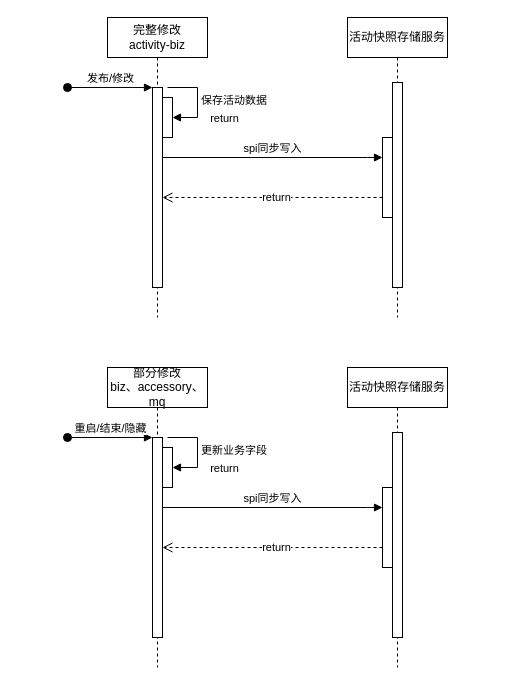
Luffybaga/draw keeps this draw.io diagram as 活动快照日志时序.drawio. Above is the earlier version. Source tidied: cells renumbered, new cells numbered last; positions are measured from the earlier drawing's top-left corner, leaving out a move shared by most shapes. Both pictures are drawn from the tidied source at 100%, with x=0, y=0 at pixel (67, 17).
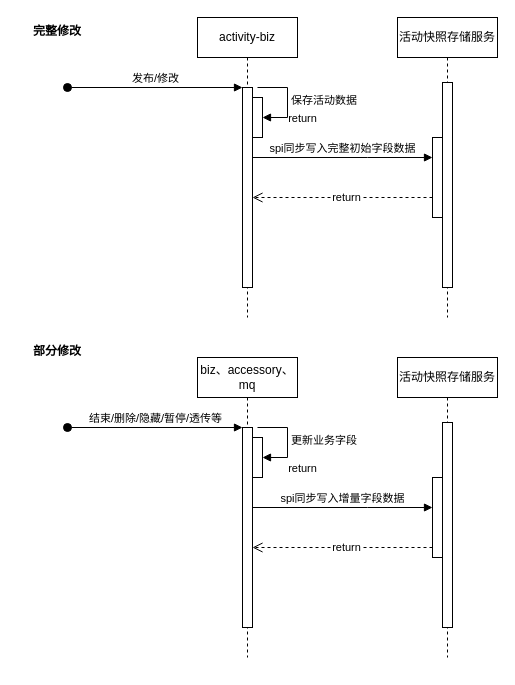
Above is the later version.

Commit message:
更新活动快照日志时序.drawio

Unchanged cells that the change refers to:
```xml
<mxCell id="3" style="html=1;points=[];perimeter=orthogonalPerimeter;outlineConnect=0;targetShapes=umlLifeline;portConstraint=eastwest;newEdgeStyle={&quot;edgeStyle&quot;:&quot;elbowEdgeStyle&quot;,&quot;elbow&quot;:&quot;vertical&quot;,&quot;curved&quot;:0,&quot;rounded&quot;:0};" parent="2" vertex="1">
  <mxGeometry x="45" y="70" width="10" height="200" as="geometry" />
</mxCell>
<mxCell id="9" style="html=1;points=[];perimeter=orthogonalPerimeter;outlineConnect=0;targetShapes=umlLifeline;portConstraint=eastwest;newEdgeStyle={&quot;edgeStyle&quot;:&quot;elbowEdgeStyle&quot;,&quot;elbow&quot;:&quot;vertical&quot;,&quot;curved&quot;:0,&quot;rounded&quot;:0};" parent="7" vertex="1">
  <mxGeometry x="35" y="120" width="10" height="80" as="geometry" />
</mxCell>
<mxCell id="14" style="html=1;points=[];perimeter=orthogonalPerimeter;outlineConnect=0;targetShapes=umlLifeline;portConstraint=eastwest;newEdgeStyle={&quot;edgeStyle&quot;:&quot;elbowEdgeStyle&quot;,&quot;elbow&quot;:&quot;vertical&quot;,&quot;curved&quot;:0,&quot;rounded&quot;:0};" parent="13" vertex="1">
  <mxGeometry x="45" y="70" width="10" height="200" as="geometry" />
</mxCell>
<mxCell id="20" style="html=1;points=[];perimeter=orthogonalPerimeter;outlineConnect=0;targetShapes=umlLifeline;portConstraint=eastwest;newEdgeStyle={&quot;edgeStyle&quot;:&quot;elbowEdgeStyle&quot;,&quot;elbow&quot;:&quot;vertical&quot;,&quot;curved&quot;:0,&quot;rounded&quot;:0};" parent="18" vertex="1">
  <mxGeometry x="35" y="120" width="10" height="80" as="geometry" />
</mxCell>
```

Diff of the diagram source:
```diff
@@
-    <mxCell id="2" value="完整修改&lt;br&gt;activity-biz" style="shape=umlLifeline;perimeter=lifelinePerimeter;whiteSpace=wrap;html=1;newEdgeStyle={&quot;edgeStyle&quot;:&quot;elbowEdgeStyle&quot;,&quot;elbow&quot;:&quot;vertical&quot;,&quot;curved&quot;:0,&quot;rounded&quot;:0};" parent="1" vertex="1">
-      <mxGeometry x="40" width="100" height="300" as="geometry" />
+    <mxCell id="2" value="activity-biz" style="shape=umlLifeline;perimeter=lifelinePerimeter;whiteSpace=wrap;html=1;newEdgeStyle={&quot;edgeStyle&quot;:&quot;elbowEdgeStyle&quot;,&quot;elbow&quot;:&quot;vertical&quot;,&quot;curved&quot;:0,&quot;rounded&quot;:0};" parent="1" vertex="1">
+      <mxGeometry x="130" width="100" height="300" as="geometry" />
     </mxCell>
@@
     <mxCell id="4" value="发布/修改" style="html=1;verticalAlign=bottom;startArrow=oval;endArrow=block;startSize=8;edgeStyle=elbowEdgeStyle;elbow=vertical;curved=0;rounded=0;" parent="2" edge="1" target="3">
       <mxGeometry relative="1" as="geometry">
-        <mxPoint x="-40" y="70" as="sourcePoint" />
+        <mxPoint x="-130" y="70" as="sourcePoint" />
       </mxGeometry>
     </mxCell>
@@
     <mxCell id="7" value="活动快照存储服务" style="shape=umlLifeline;perimeter=lifelinePerimeter;whiteSpace=wrap;html=1;newEdgeStyle={&quot;edgeStyle&quot;:&quot;elbowEdgeStyle&quot;,&quot;elbow&quot;:&quot;vertical&quot;,&quot;curved&quot;:0,&quot;rounded&quot;:0};" parent="1" vertex="1">
-      <mxGeometry x="280" width="100" height="300" as="geometry" />
+      <mxGeometry x="330" width="100" height="300" as="geometry" />
     </mxCell>
@@
-    <mxCell id="10" value="spi同步写入" style="html=1;verticalAlign=bottom;endArrow=block;edgeStyle=elbowEdgeStyle;elbow=vertical;curved=0;rounded=0;" parent="1" edge="1" source="3" target="9">
+    <mxCell id="10" value="spi同步写入完整初始字段数据" style="html=1;verticalAlign=bottom;endArrow=block;edgeStyle=elbowEdgeStyle;elbow=vertical;curved=0;rounded=0;" parent="1" edge="1" source="3" target="9">
       <mxGeometry relative="1" as="geometry">
         <Array as="points">
           <mxPoint x="300" y="140" />
         </Array>
       </mxGeometry>
     </mxCell>
@@
-    <mxCell id="13" value="部分修改&lt;br&gt;biz、accessory、mq" style="shape=umlLifeline;perimeter=lifelinePerimeter;whiteSpace=wrap;html=1;newEdgeStyle={&quot;edgeStyle&quot;:&quot;elbowEdgeStyle&quot;,&quot;elbow&quot;:&quot;vertical&quot;,&quot;curved&quot;:0,&quot;rounded&quot;:0};" parent="1" vertex="1">
-      <mxGeometry x="40" y="350" width="100" height="300" as="geometry" />
+    <mxCell id="13" value="biz、accessory、mq" style="shape=umlLifeline;perimeter=lifelinePerimeter;whiteSpace=wrap;html=1;newEdgeStyle={&quot;edgeStyle&quot;:&quot;elbowEdgeStyle&quot;,&quot;elbow&quot;:&quot;vertical&quot;,&quot;curved&quot;:0,&quot;rounded&quot;:0};" parent="1" vertex="1">
+      <mxGeometry x="130" y="340" width="100" height="300" as="geometry" />
     </mxCell>
@@
-    <mxCell id="15" value="重启/结束/隐藏" style="html=1;verticalAlign=bottom;startArrow=oval;endArrow=block;startSize=8;edgeStyle=elbowEdgeStyle;elbow=vertical;curved=0;rounded=0;" parent="13" edge="1" target="14">
+    <mxCell id="15" value="结束/删除/隐藏/暂停/透传等" style="html=1;verticalAlign=bottom;startArrow=oval;endArrow=block;startSize=8;edgeStyle=elbowEdgeStyle;elbow=vertical;curved=0;rounded=0;" parent="13" edge="1" target="14">
       <mxGeometry x="0.01" relative="1" as="geometry">
-        <mxPoint x="-40" y="70" as="sourcePoint" />
+        <mxPoint x="-130" y="70" as="sourcePoint" />
       </mxGeometry>
     </mxCell>
@@
     <mxCell id="18" value="活动快照存储服务" style="shape=umlLifeline;perimeter=lifelinePerimeter;whiteSpace=wrap;html=1;newEdgeStyle={&quot;edgeStyle&quot;:&quot;elbowEdgeStyle&quot;,&quot;elbow&quot;:&quot;vertical&quot;,&quot;curved&quot;:0,&quot;rounded&quot;:0};" parent="1" vertex="1">
-      <mxGeometry x="280" y="350" width="100" height="300" as="geometry" />
+      <mxGeometry x="330" y="340" width="100" height="300" as="geometry" />
     </mxCell>
@@
-    <mxCell id="21" value="spi同步写入" style="html=1;verticalAlign=bottom;endArrow=block;edgeStyle=elbowEdgeStyle;elbow=vertical;curved=0;rounded=0;" parent="1" edge="1" source="14" target="20">
+    <mxCell id="21" value="spi同步写入增量字段数据" style="html=1;verticalAlign=bottom;endArrow=block;edgeStyle=elbowEdgeStyle;elbow=vertical;curved=0;rounded=0;" parent="1" edge="1" source="14" target="20">
       <mxGeometry relative="1" as="geometry">
         <Array as="points">
           <mxPoint x="300" y="490" />
         </Array>
       </mxGeometry>
     </mxCell>
@@
+    <mxCell id="24" value="部分修改" style="text;align=center;fontStyle=1;verticalAlign=middle;spacingLeft=3;spacingRight=3;strokeColor=none;" parent="1" vertex="1">
+      <mxGeometry x="-50" y="320" width="80" height="26" as="geometry" />
+    </mxCell>
+    <mxCell id="25" value="完整修改" style="text;align=center;fontStyle=1;verticalAlign=middle;spacingLeft=3;spacingRight=3;strokeColor=none;" parent="1" vertex="1">
+      <mxGeometry x="-50" width="80" height="26" as="geometry" />
+    </mxCell>
```
